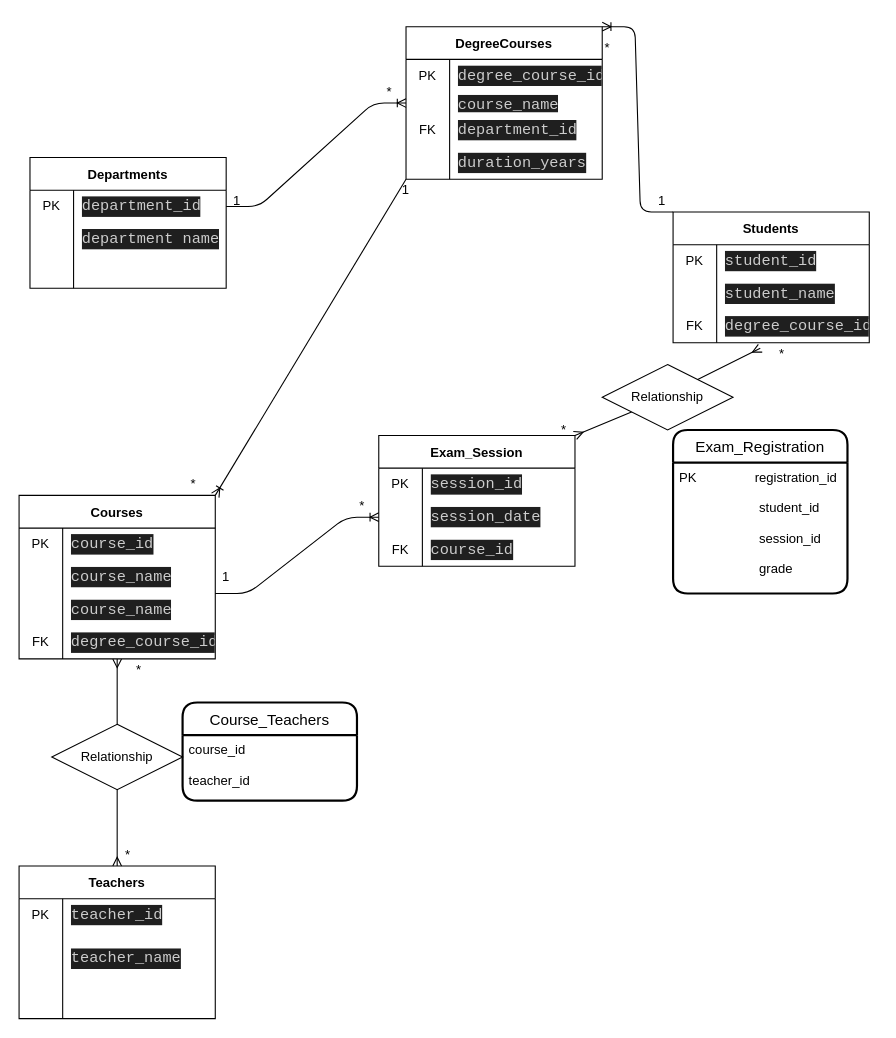
This is schemediagram.drawio from DarioBecchio/db-university, a draw.io file, before an edit. Source tidied: cells renumbered, new cells numbered last; positions are measured from the earlier drawing's top-left corner, leaving out a move shared by most shapes. Both pictures are drawn from the tidied source at 109%, with x=0, y=0 at pixel (19, 26).
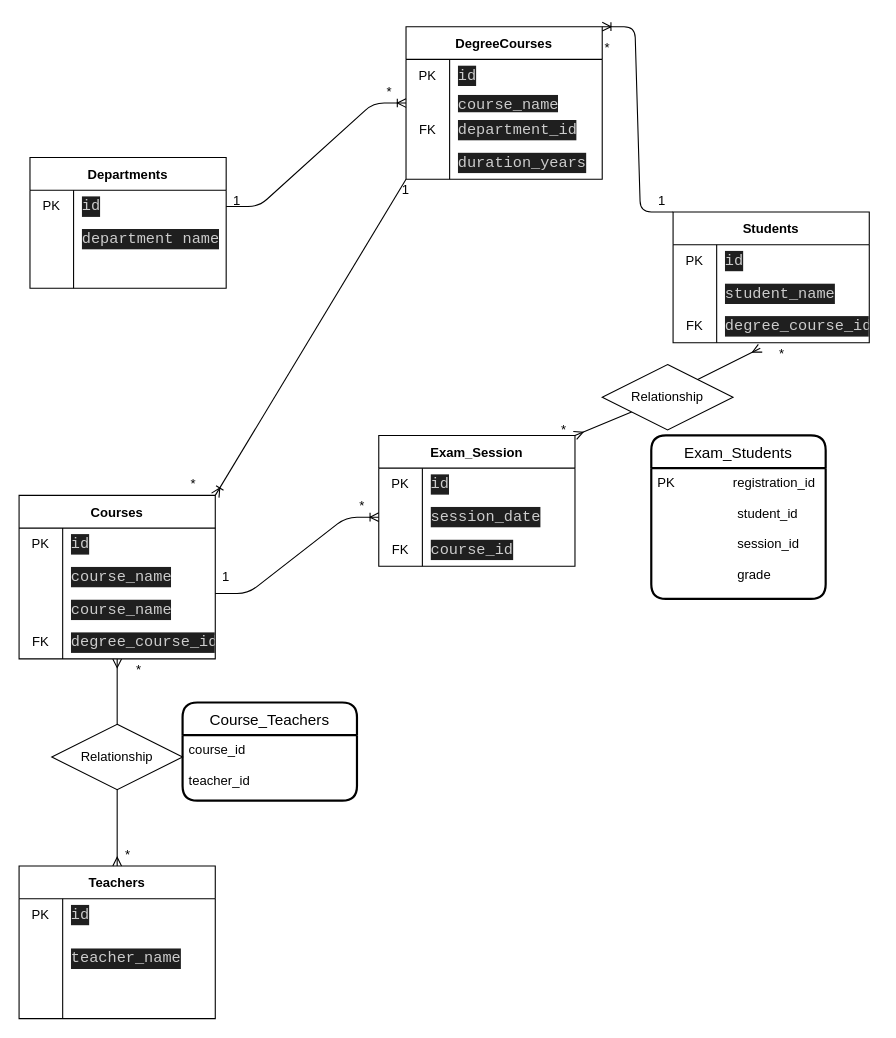
The same page after the edit.

Unchanged cells that the change refers to:
```xml
<mxCell id="4" style="shape=tableRow;horizontal=0;startSize=0;swimlaneHead=0;swimlaneBody=0;top=0;left=0;bottom=0;right=0;fillColor=none;points=[[0,0.5],[1,0.5]];portConstraint=eastwest;" parent="3" vertex="1">
  <mxGeometry y="30" width="180" height="30" as="geometry" />
</mxCell>
<mxCell id="14" style="shape=tableRow;horizontal=0;startSize=0;swimlaneHead=0;swimlaneBody=0;top=0;left=0;bottom=0;right=0;fillColor=none;" parent="13" vertex="1">
  <mxGeometry y="30" width="180" height="30" as="geometry" />
</mxCell>
<mxCell id="27" style="shape=tableRow;horizontal=0;startSize=0;swimlaneHead=0;swimlaneBody=0;top=0;left=0;bottom=0;right=0;fillColor=none;" parent="26" vertex="1">
  <mxGeometry y="30" width="180" height="30" as="geometry" />
</mxCell>
<mxCell id="37" style="shape=tableRow;horizontal=0;startSize=0;swimlaneHead=0;swimlaneBody=0;top=0;left=0;bottom=0;right=0;fillColor=none;" parent="36" vertex="1">
  <mxGeometry y="30" width="180" height="30" as="geometry" />
</mxCell>
<mxCell id="47" style="shape=tableRow;horizontal=0;startSize=0;swimlaneHead=0;swimlaneBody=0;top=0;left=0;bottom=0;right=0;fillColor=none;" parent="46" vertex="1">
  <mxGeometry y="30" width="180" height="30" as="geometry" />
</mxCell>
<mxCell id="60" style="shape=tableRow;horizontal=0;startSize=0;swimlaneHead=0;swimlaneBody=0;top=0;left=0;bottom=0;right=0;fillColor=none;" parent="59" vertex="1">
  <mxGeometry y="30" width="180" height="30" as="geometry" />
</mxCell>
```

Diff of the diagram source:
```diff
@@
-    <mxCell id="6" value="&lt;div style=&quot;color: rgb(204, 204, 204); background-color: rgb(31, 31, 31); font-family: Consolas, &amp;quot;Courier New&amp;quot;, monospace; font-size: 14px; line-height: 19px;&quot;&gt;department_id&lt;/div&gt;" style="shape=partialRectangle;html=1;whiteSpace=wrap;fillColor=none;top=0;left=0;bottom=0;right=0;align=left;spacingLeft=6;overflow=hidden;" parent="4" vertex="1">
+    <mxCell id="6" value="&lt;div style=&quot;color: rgb(204, 204, 204); background-color: rgb(31, 31, 31); font-family: Consolas, &amp;quot;Courier New&amp;quot;, monospace; font-size: 14px; line-height: 19px;&quot;&gt;id&lt;br&gt;&lt;/div&gt;" style="shape=partialRectangle;html=1;whiteSpace=wrap;fillColor=none;top=0;left=0;bottom=0;right=0;align=left;spacingLeft=6;overflow=hidden;" parent="4" vertex="1">
       <mxGeometry x="40" width="140" height="30" as="geometry" />
     </mxCell>
@@
-    <mxCell id="16" value="&lt;div style=&quot;color: rgb(204, 204, 204); background-color: rgb(31, 31, 31); font-family: Consolas, &amp;quot;Courier New&amp;quot;, monospace; font-size: 14px; line-height: 19px;&quot;&gt;course_id&lt;/div&gt;" style="shape=partialRectangle;html=1;whiteSpace=wrap;fillColor=none;top=0;left=0;bottom=0;right=0;align=left;spacingLeft=6;overflow=hidden;" parent="14" vertex="1">
+    <mxCell id="16" value="&lt;div style=&quot;color: rgb(204, 204, 204); background-color: rgb(31, 31, 31); font-family: Consolas, &amp;quot;Courier New&amp;quot;, monospace; font-size: 14px; line-height: 19px;&quot;&gt;id&lt;/div&gt;" style="shape=partialRectangle;html=1;whiteSpace=wrap;fillColor=none;top=0;left=0;bottom=0;right=0;align=left;spacingLeft=6;overflow=hidden;" parent="14" vertex="1">
       <mxGeometry x="40" width="140" height="30" as="geometry" />
     </mxCell>
@@
-    <mxCell id="29" value="&lt;div style=&quot;color: rgb(204, 204, 204); background-color: rgb(31, 31, 31); font-family: Consolas, &amp;quot;Courier New&amp;quot;, monospace; font-size: 14px; line-height: 19px;&quot;&gt;session_id&lt;/div&gt;" style="shape=partialRectangle;html=1;whiteSpace=wrap;fillColor=none;top=0;left=0;bottom=0;right=0;align=left;spacingLeft=6;overflow=hidden;" parent="27" vertex="1">
+    <mxCell id="29" value="&lt;div style=&quot;color: rgb(204, 204, 204); background-color: rgb(31, 31, 31); font-family: Consolas, &amp;quot;Courier New&amp;quot;, monospace; font-size: 14px; line-height: 19px;&quot;&gt;id&lt;/div&gt;" style="shape=partialRectangle;html=1;whiteSpace=wrap;fillColor=none;top=0;left=0;bottom=0;right=0;align=left;spacingLeft=6;overflow=hidden;" parent="27" vertex="1">
       <mxGeometry x="40" width="140" height="30" as="geometry" />
     </mxCell>
@@
-    <mxCell id="39" value="&lt;div style=&quot;color: rgb(204, 204, 204); background-color: rgb(31, 31, 31); font-family: Consolas, &amp;quot;Courier New&amp;quot;, monospace; font-size: 14px; line-height: 19px;&quot;&gt;teacher_id&lt;/div&gt;" style="shape=partialRectangle;html=1;whiteSpace=wrap;fillColor=none;top=0;left=0;bottom=0;right=0;align=left;spacingLeft=6;overflow=hidden;" parent="37" vertex="1">
+    <mxCell id="39" value="&lt;div style=&quot;color: rgb(204, 204, 204); background-color: rgb(31, 31, 31); font-family: Consolas, &amp;quot;Courier New&amp;quot;, monospace; font-size: 14px; line-height: 19px;&quot;&gt;id&lt;/div&gt;" style="shape=partialRectangle;html=1;whiteSpace=wrap;fillColor=none;top=0;left=0;bottom=0;right=0;align=left;spacingLeft=6;overflow=hidden;" parent="37" vertex="1">
       <mxGeometry x="40" width="140" height="30" as="geometry" />
     </mxCell>
@@
-    <mxCell id="49" value="&lt;div style=&quot;color: rgb(204, 204, 204); background-color: rgb(31, 31, 31); font-family: Consolas, &amp;quot;Courier New&amp;quot;, monospace; font-size: 14px; line-height: 19px;&quot;&gt;degree_course_id&lt;/div&gt;" style="shape=partialRectangle;html=1;whiteSpace=wrap;fillColor=none;top=0;left=0;bottom=0;right=0;align=left;spacingLeft=6;overflow=hidden;" parent="47" vertex="1">
+    <mxCell id="49" value="&lt;div style=&quot;color: rgb(204, 204, 204); background-color: rgb(31, 31, 31); font-family: Consolas, &amp;quot;Courier New&amp;quot;, monospace; font-size: 14px; line-height: 19px;&quot;&gt;id&lt;/div&gt;" style="shape=partialRectangle;html=1;whiteSpace=wrap;fillColor=none;top=0;left=0;bottom=0;right=0;align=left;spacingLeft=6;overflow=hidden;" parent="47" vertex="1">
       <mxGeometry x="40" width="140" height="30" as="geometry" />
     </mxCell>
@@
-    <mxCell id="62" value="&lt;div style=&quot;color: rgb(204, 204, 204); background-color: rgb(31, 31, 31); font-family: Consolas, &amp;quot;Courier New&amp;quot;, monospace; font-size: 14px; line-height: 19px;&quot;&gt;student_id&lt;/div&gt;" style="shape=partialRectangle;html=1;whiteSpace=wrap;fillColor=none;top=0;left=0;bottom=0;right=0;align=left;spacingLeft=6;overflow=hidden;" parent="60" vertex="1">
+    <mxCell id="62" value="&lt;div style=&quot;color: rgb(204, 204, 204); background-color: rgb(31, 31, 31); font-family: Consolas, &amp;quot;Courier New&amp;quot;, monospace; font-size: 14px; line-height: 19px;&quot;&gt;id&lt;/div&gt;" style="shape=partialRectangle;html=1;whiteSpace=wrap;fillColor=none;top=0;left=0;bottom=0;right=0;align=left;spacingLeft=6;overflow=hidden;" parent="60" vertex="1">
       <mxGeometry x="40" width="140" height="30" as="geometry" />
     </mxCell>
@@
-    <mxCell id="95" value="Exam_Registration" style="swimlane;horizontal=1;startSize=30;rounded=1;fontSize=14;fontStyle=0;strokeWidth=2;shadow=0;dashed=0;align=center;" parent="1" vertex="1">
-      <mxGeometry x="600" y="370" width="160" height="150" as="geometry" />
+    <mxCell id="95" value="Exam_Students" style="swimlane;horizontal=1;startSize=30;rounded=1;fontSize=14;fontStyle=0;strokeWidth=2;shadow=0;dashed=0;align=center;" parent="1" vertex="1">
+      <mxGeometry x="580" y="375" width="160" height="150" as="geometry" />
     </mxCell>
```
